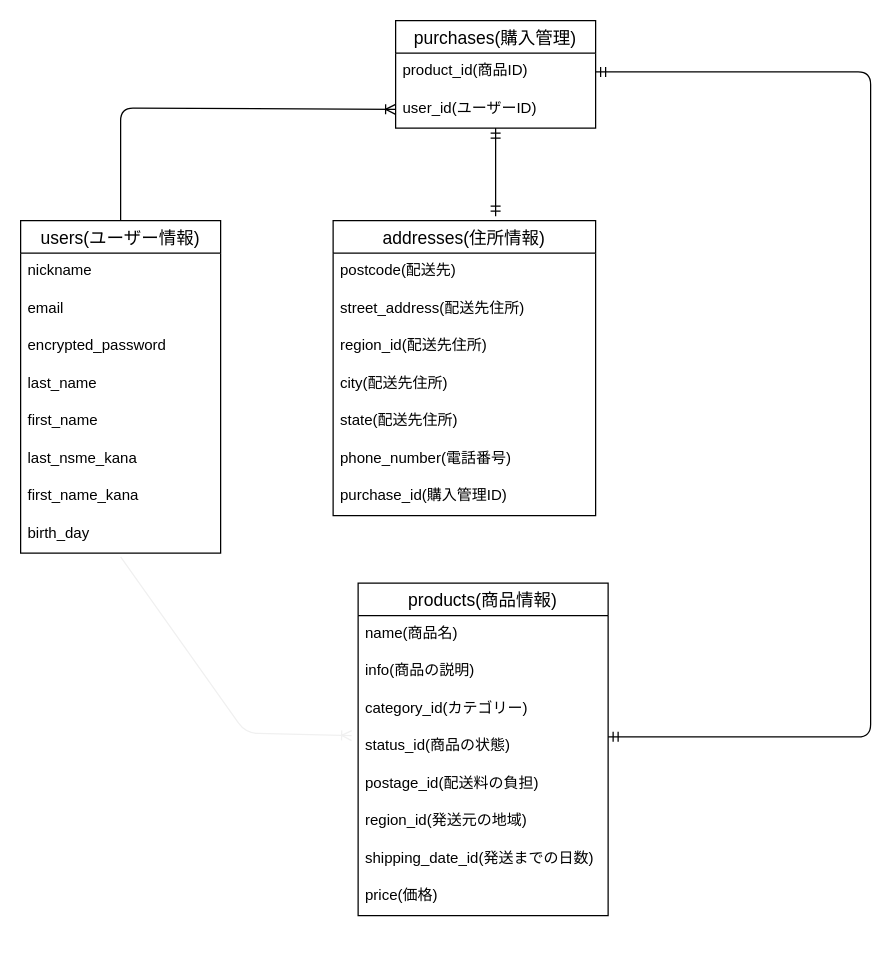
This is legend.dio from yo-ya07/furima-35557, a draw.io file, before an edit. Source tidied: cells renumbered, new cells numbered last; positions are measured from the earlier drawing's top-left corner, leaving out a move shared by most shapes. Both pictures are drawn from the tidied source at 125%, with x=0, y=0 at pixel (20, 20).
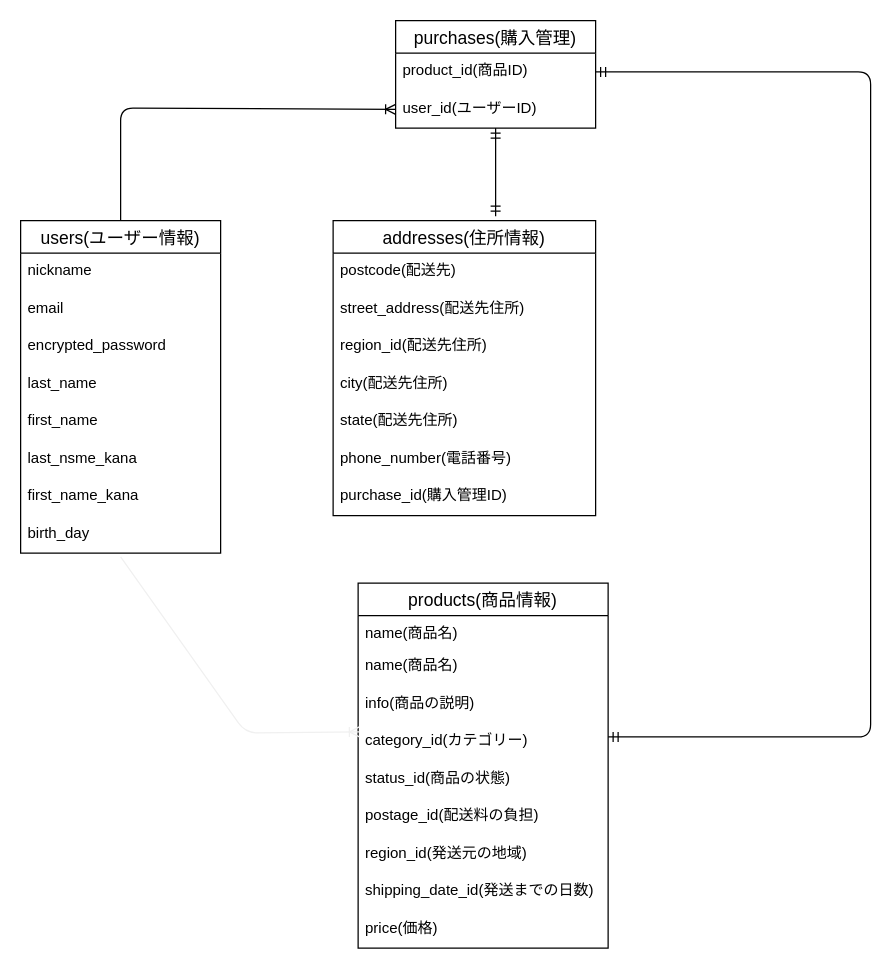
Above is the later version.

The change refers to these unchanged cells:
```xml
<mxCell id="10" value="birth_day" style="text;strokeColor=none;fillColor=none;spacingLeft=4;spacingRight=4;overflow=hidden;points=[[0,0.5],[1,0.5]];portConstraint=eastwest;fontSize=12;" parent="2" vertex="1">
  <mxGeometry y="236" width="160" height="30" as="geometry" />
</mxCell>
<mxCell id="31" value="product_id(商品ID)" style="text;strokeColor=none;fillColor=none;spacingLeft=4;spacingRight=4;overflow=hidden;points=[[0,0.5],[1,0.5]];portConstraint=eastwest;fontSize=12;" parent="30" vertex="1">
  <mxGeometry y="26" width="160" height="30" as="geometry" />
</mxCell>
```

Change to the diagram source:
```diff
@@
     <mxCell id="19" value="products(商品情報)" style="swimlane;fontStyle=0;horizontal=1;startSize=26;align=center;fontSize=14;" parent="1" vertex="1">
-      <mxGeometry x="270" y="450" width="200" height="266" as="geometry" />
+      <mxGeometry x="270" y="450" width="200" height="292" as="geometry" />
     </mxCell>
+    <mxCell id="35" value="name(商品名)" style="text;strokeColor=none;fillColor=none;spacingLeft=4;spacingRight=4;overflow=hidden;fontSize=12;" parent="19" vertex="1">
+      <mxGeometry y="26" width="200" height="26" as="geometry" />
+    </mxCell>
     <mxCell id="20" value="name(商品名)" style="text;strokeColor=none;fillColor=none;spacingLeft=4;spacingRight=4;overflow=hidden;fontSize=12;" parent="19" vertex="1">
-      <mxGeometry y="26" width="200" height="30" as="geometry" />
+      <mxGeometry y="52" width="200" height="30" as="geometry" />
     </mxCell>
     <mxCell id="21" value="info(商品の説明)" style="text;strokeColor=none;fillColor=none;spacingLeft=4;spacingRight=4;overflow=hidden;fontSize=12;" parent="19" vertex="1">
-      <mxGeometry y="56" width="200" height="30" as="geometry" />
+      <mxGeometry y="82" width="200" height="30" as="geometry" />
     </mxCell>
     <mxCell id="22" value="category_id(カテゴリー)" style="text;strokeColor=none;fillColor=none;spacingLeft=4;spacingRight=4;overflow=hidden;points=[[0,0.5],[1,0.5]];portConstraint=eastwest;fontSize=12;" parent="19" vertex="1">
-      <mxGeometry y="86" width="200" height="30" as="geometry" />
+      <mxGeometry y="112" width="200" height="30" as="geometry" />
     </mxCell>
     <mxCell id="23" value="status_id(商品の状態)" style="text;strokeColor=none;fillColor=none;spacingLeft=4;spacingRight=4;overflow=hidden;points=[[0,0.5],[1,0.5]];portConstraint=eastwest;fontSize=12;" parent="19" vertex="1">
-      <mxGeometry y="116" width="200" height="30" as="geometry" />
+      <mxGeometry y="142" width="200" height="30" as="geometry" />
     </mxCell>
     <mxCell id="24" value="postage_id(配送料の負担)" style="text;strokeColor=none;fillColor=none;spacingLeft=4;spacingRight=4;overflow=hidden;fontSize=12;" parent="19" vertex="1">
-      <mxGeometry y="146" width="200" height="30" as="geometry" />
+      <mxGeometry y="172" width="200" height="30" as="geometry" />
     </mxCell>
     <mxCell id="25" value="region_id(発送元の地域)" style="text;strokeColor=none;fillColor=none;spacingLeft=4;spacingRight=4;overflow=hidden;fontSize=12;" parent="19" vertex="1">
-      <mxGeometry y="176" width="200" height="30" as="geometry" />
+      <mxGeometry y="202" width="200" height="30" as="geometry" />
     </mxCell>
     <mxCell id="26" value="shipping_date_id(発送までの日数)" style="text;strokeColor=none;fillColor=none;spacingLeft=4;spacingRight=4;overflow=hidden;fontSize=12;" parent="19" vertex="1">
-      <mxGeometry y="206" width="200" height="30" as="geometry" />
+      <mxGeometry y="232" width="200" height="30" as="geometry" />
     </mxCell>
     <mxCell id="27" value="price(価格)" style="text;strokeColor=none;fillColor=none;spacingLeft=4;spacingRight=4;overflow=hidden;fontSize=12;" parent="19" vertex="1">
-      <mxGeometry y="236" width="200" height="30" as="geometry" />
+      <mxGeometry y="262" width="200" height="30" as="geometry" />
     </mxCell>
-    <mxCell id="28" style="edgeStyle=orthogonalEdgeStyle;fontSize=12;html=1;endArrow=ERmandOne;startArrow=ERmandOne;exitX=1;exitY=0.233;exitDx=0;exitDy=0;exitPerimeter=0;entryX=1;entryY=0.5;entryDx=0;entryDy=0;" parent="1" edge="1" source="23" target="31">
+    <mxCell id="28" style="edgeStyle=orthogonalEdgeStyle;fontSize=12;html=1;endArrow=ERmandOne;startArrow=ERmandOne;entryX=1;entryY=0.5;entryDx=0;entryDy=0;" parent="1" edge="1" target="31">
       <mxGeometry relative="1" as="geometry">
+        <mxPoint x="470" y="573" as="sourcePoint" />
         <Array as="points">
           <mxPoint x="680" y="573" />
           <mxPoint x="680" y="41" />
         </Array>
       </mxGeometry>
     </mxCell>
-    <mxCell id="29" style="fontSize=12;html=1;endArrow=ERoneToMany;strokeColor=#f0f0f0;exitX=0.5;exitY=1.1;exitDx=0;exitDy=0;exitPerimeter=0;entryX=-0.026;entryY=0.2;entryDx=0;entryDy=0;entryPerimeter=0;" parent="1" edge="1" source="10" target="23">
+    <mxCell id="29" style="fontSize=12;html=1;endArrow=ERoneToMany;strokeColor=#f0f0f0;exitX=0.5;exitY=1.1;exitDx=0;exitDy=0;exitPerimeter=0;entryX=0.005;entryY=0.233;entryDx=0;entryDy=0;entryPerimeter=0;" parent="1" edge="1" source="10" target="22">
       <mxGeometry relative="1" as="geometry">
         <Array as="points">
           <mxPoint x="180" y="570" />
         </Array>
       </mxGeometry>
     </mxCell>
```
